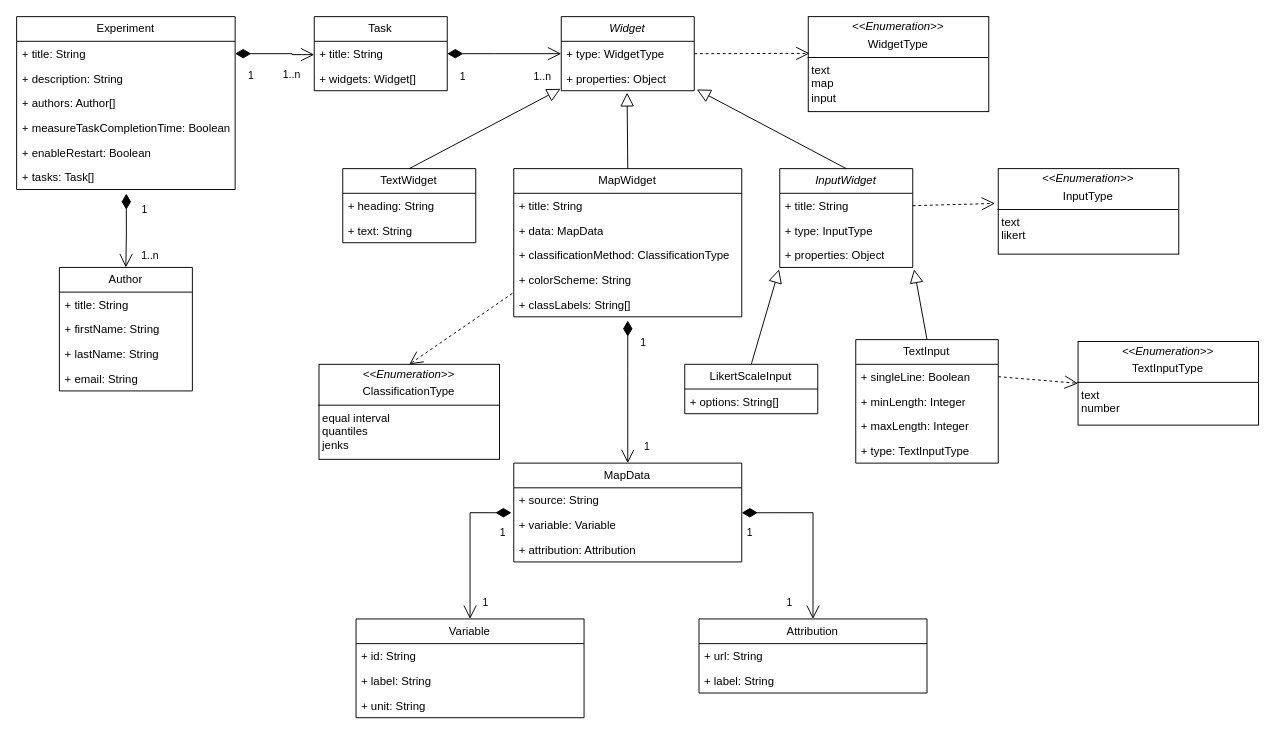
Before: Model.drawio in Experiment-Creation-Toolkit/resources, a draw.io diagram. Source tidied: cells renumbered, new cells numbered last; positions are measured from the earlier drawing's top-left corner, leaving out a move shared by most shapes. Both pictures are drawn from the tidied source at 95%, with x=0, y=0 at pixel (16, 16).
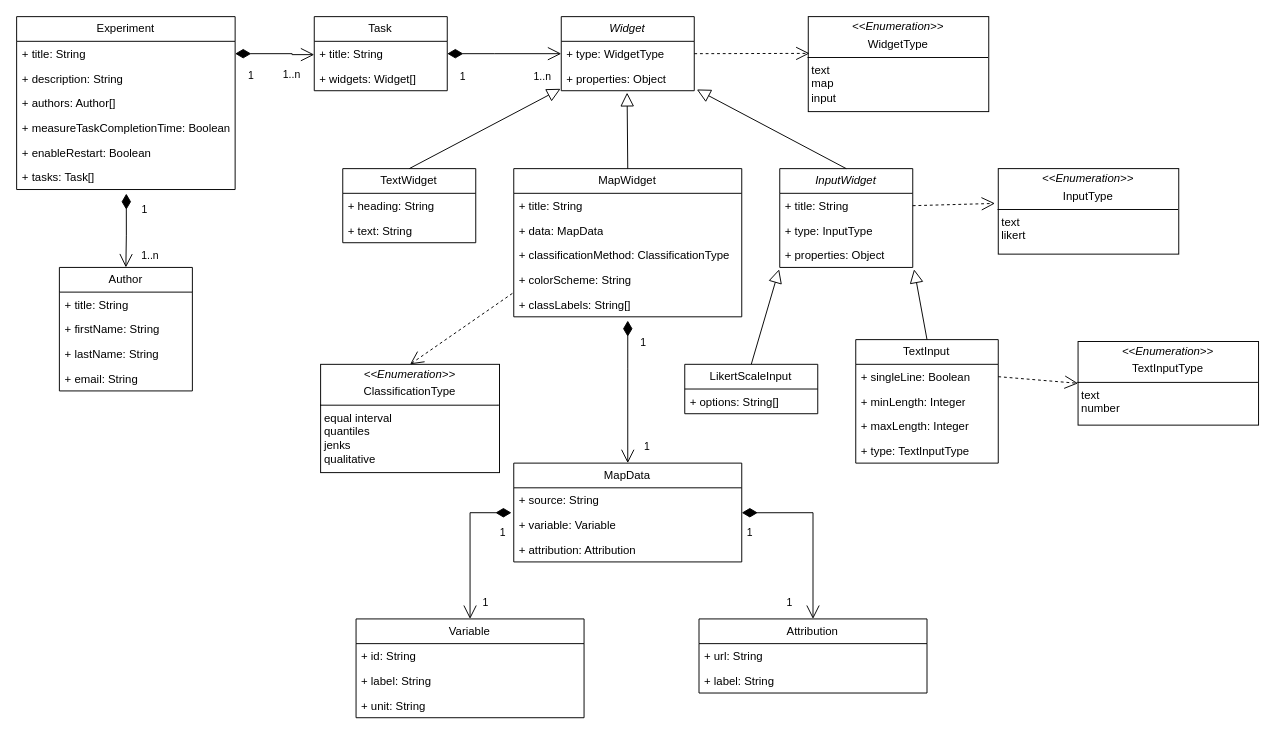
The same page after the edit.

The edit, as a diff of the source:
```diff
@@
-    <mxCell id="53" value="&lt;p style=&quot;margin:0px;margin-top:4px;text-align:center;&quot;&gt;&lt;i&gt;&amp;lt;&amp;lt;Enumeration&amp;gt;&amp;gt;&lt;/i&gt;&lt;br&gt;&lt;/p&gt;&lt;p style=&quot;margin:0px;margin-top:4px;text-align:center;&quot;&gt;ClassificationType&lt;/p&gt;&lt;hr size=&quot;1&quot; style=&quot;border-style:solid;&quot;&gt;&lt;p style=&quot;margin:0px;margin-left:4px;&quot;&gt;&lt;span style=&quot;background-color: initial;&quot;&gt;equal interval&lt;/span&gt;&lt;br&gt;&lt;/p&gt;&lt;p style=&quot;margin:0px;margin-left:4px;&quot;&gt;&lt;span style=&quot;background-color: initial;&quot;&gt;quantiles&lt;/span&gt;&lt;/p&gt;&lt;p style=&quot;margin:0px;margin-left:4px;&quot;&gt;&lt;span style=&quot;background-color: initial;&quot;&gt;jenks&lt;/span&gt;&lt;/p&gt;&lt;p style=&quot;margin:0px;margin-left:4px;&quot;&gt;&lt;br&gt;&lt;/p&gt;" style="verticalAlign=top;align=left;overflow=fill;html=1;whiteSpace=wrap;" parent="1" vertex="1">
-      <mxGeometry x="318.3" y="366" width="190" height="100" as="geometry" />
+    <mxCell id="53" value="&lt;p style=&quot;margin:0px;margin-top:4px;text-align:center;&quot;&gt;&lt;i&gt;&amp;lt;&amp;lt;Enumeration&amp;gt;&amp;gt;&lt;/i&gt;&lt;br&gt;&lt;/p&gt;&lt;p style=&quot;margin:0px;margin-top:4px;text-align:center;&quot;&gt;ClassificationType&lt;/p&gt;&lt;hr size=&quot;1&quot; style=&quot;border-style:solid;&quot;&gt;&lt;p style=&quot;margin:0px;margin-left:4px;&quot;&gt;&lt;span style=&quot;background-color: initial;&quot;&gt;equal interval&lt;/span&gt;&lt;br&gt;&lt;/p&gt;&lt;p style=&quot;margin:0px;margin-left:4px;&quot;&gt;&lt;span style=&quot;background-color: initial;&quot;&gt;quantiles&lt;/span&gt;&lt;/p&gt;&lt;p style=&quot;margin:0px;margin-left:4px;&quot;&gt;&lt;span style=&quot;background-color: initial;&quot;&gt;jenks&lt;/span&gt;&lt;/p&gt;&lt;p style=&quot;margin:0px;margin-left:4px;&quot;&gt;&lt;span style=&quot;background-color: initial;&quot;&gt;qualitative&lt;/span&gt;&lt;/p&gt;&lt;p style=&quot;margin:0px;margin-left:4px;&quot;&gt;&lt;br&gt;&lt;/p&gt;" style="verticalAlign=top;align=left;overflow=fill;html=1;whiteSpace=wrap;" parent="1" vertex="1">
+      <mxGeometry x="320" y="366" width="188.3" height="114" as="geometry" />
     </mxCell>
```
